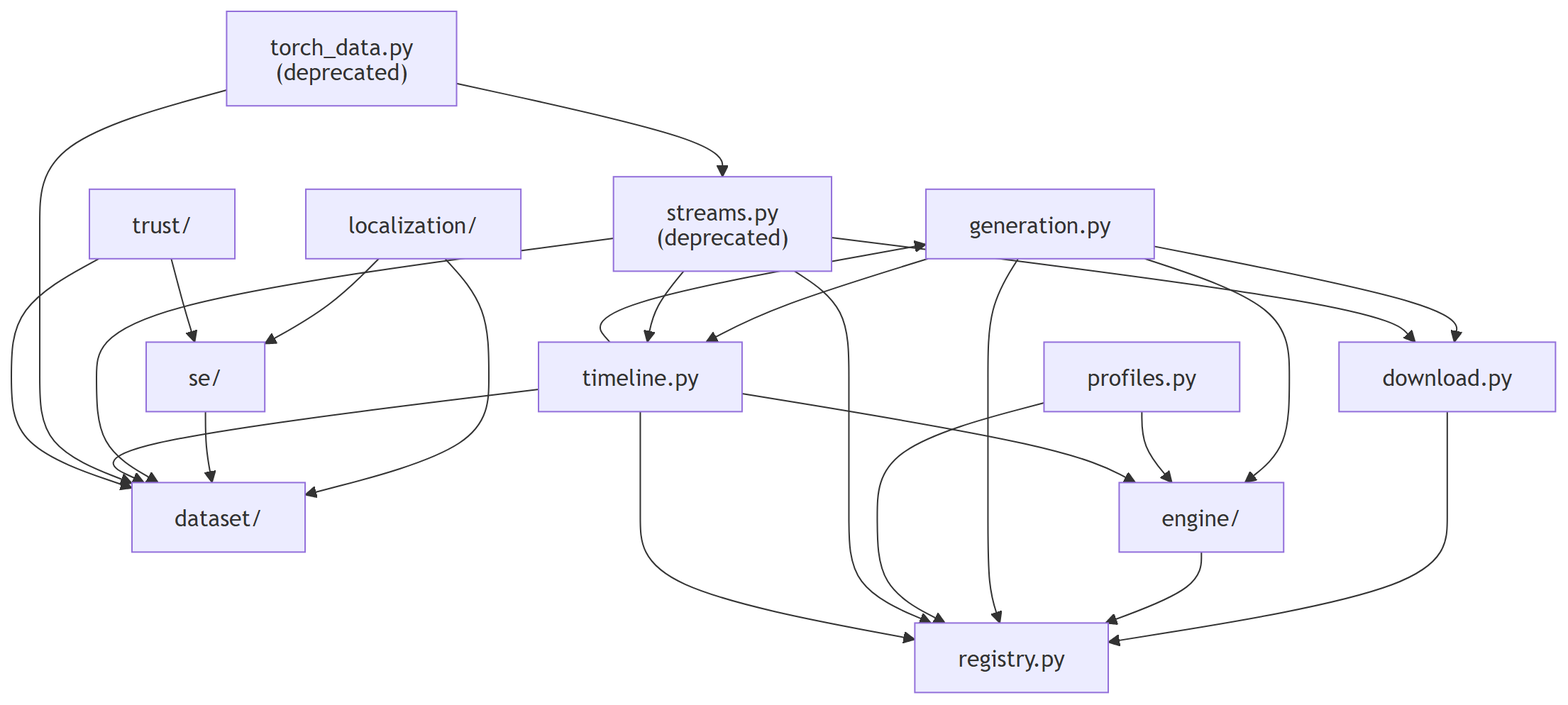
Above: docs/figures/diagrams/modules.png in myersben9/fdia-graph (Mermaid), before the change. Its source is kept beside it as docs/figures/diagrams/modules.mmd. The source it was exported from:
```mermaid
flowchart TB
    dataset["dataset/"]
    download["download.py"]
    engine["engine/"]
    generation["generation.py"]
    localization["localization/"]
    profiles["profiles.py"]
    registry["registry.py"]
    se["se/"]
    streams["streams.py<br/>(deprecated)"]
    timeline["timeline.py"]
    torch_data["torch_data.py<br/>(deprecated)"]
    trust["trust/"]
    download --> registry
    engine --> registry
    generation --> download
    generation --> engine
    generation --> registry
    generation --> timeline
    localization --> dataset
    localization --> se
    profiles --> engine
    profiles --> registry
    se --> dataset
    streams --> dataset
    streams --> download
    streams --> registry
    streams --> timeline
    timeline --> dataset
    timeline --> engine
    timeline --> generation
    timeline --> registry
    torch_data --> dataset
    torch_data --> streams
    trust --> dataset
    trust --> se
```
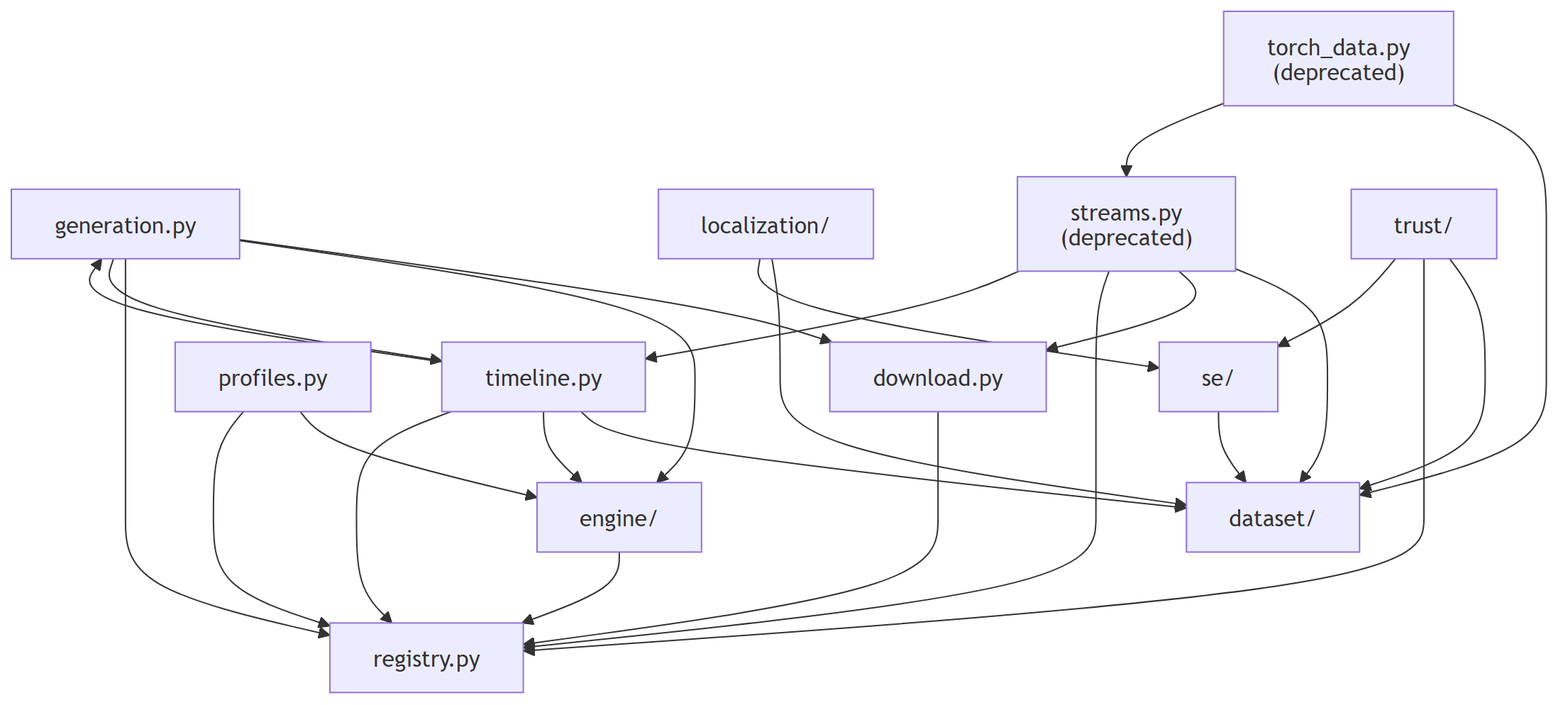
The same diagram one commit later.

What changed in the source:
```diff
@@ -33,4 +33,5 @@
     torch_data --> dataset
     torch_data --> streams
     trust --> dataset
+    trust --> registry
     trust --> se
```
